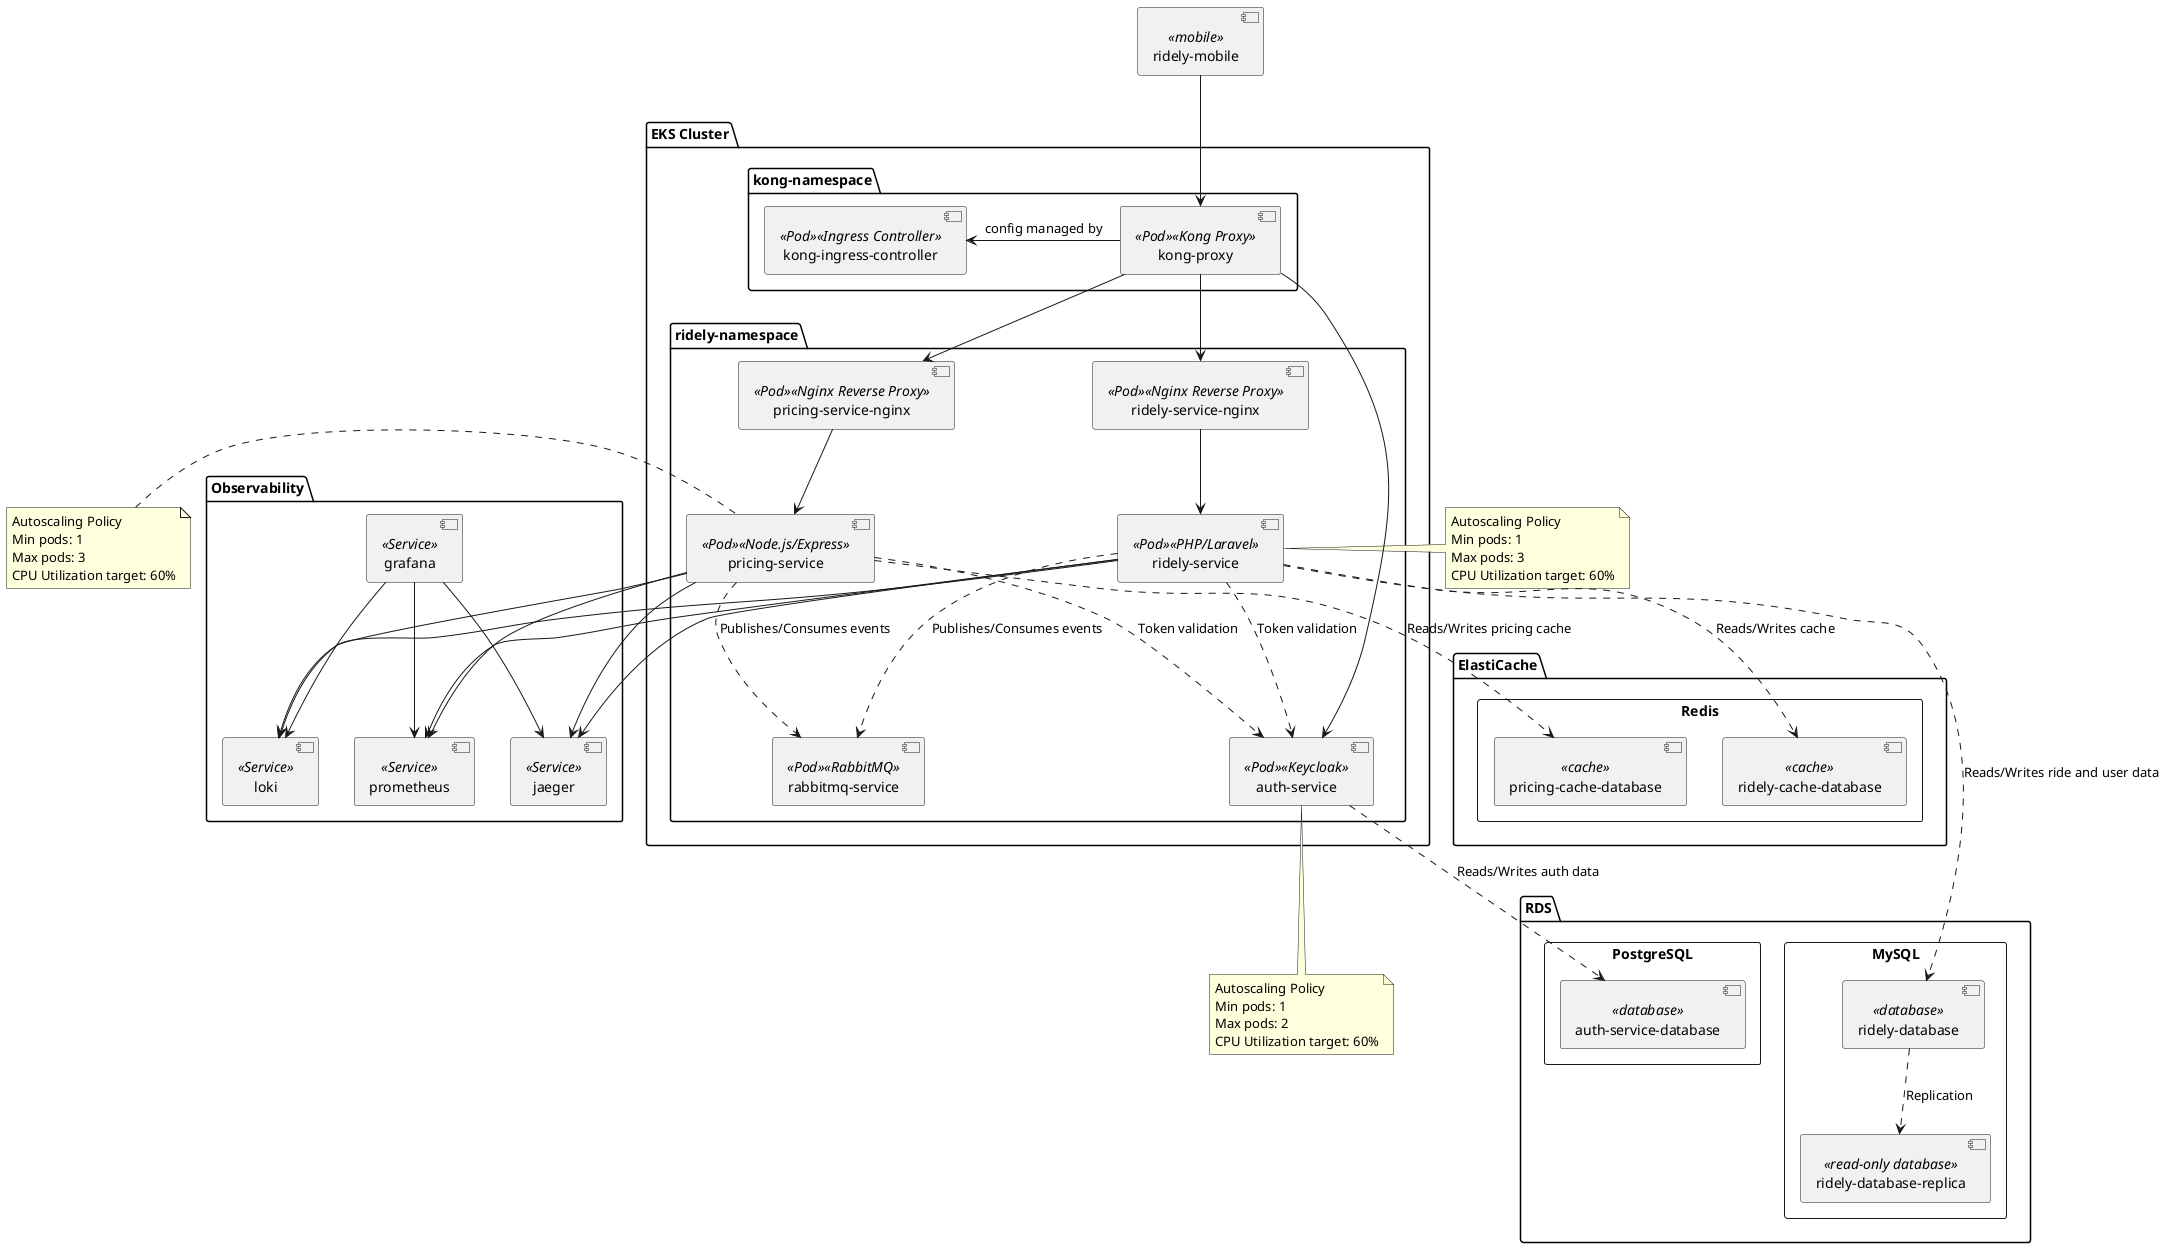
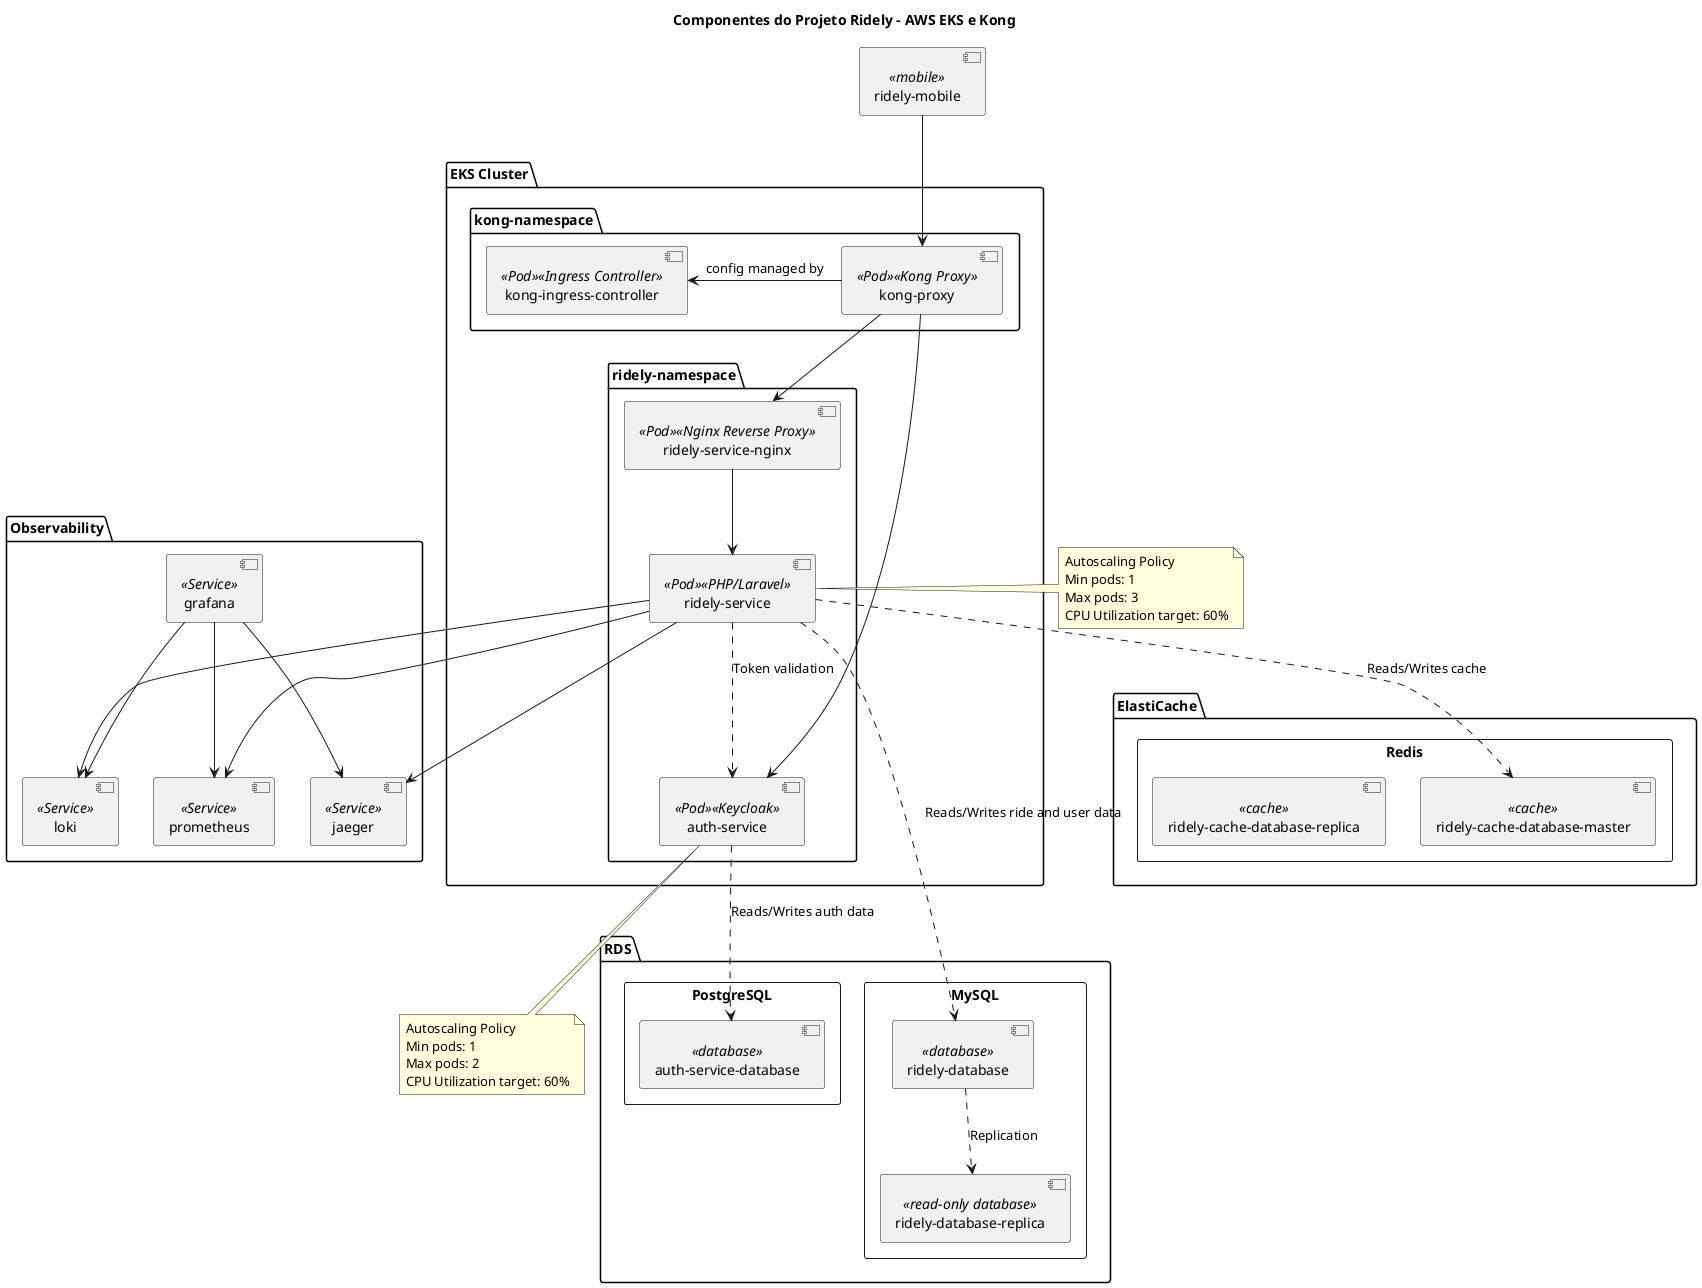
@startuml
- ' Solução baseada em EKS e AWS com Kong e observabilidade
+ ' Solução baseada em AWS EKS e Kong e observabilidade
+ title Componentes do Projeto Ridely - AWS EKS e Kong

[ridely-mobile] <<mobile>>

package "EKS Cluster" {
    package "kong-namespace" {
        [kong-proxy] <<Pod>> <<Kong Proxy>>
        [kong-ingress-controller] <<Pod>> <<Ingress Controller>>
    }
    package "ridely-namespace" {
        [ridely-service-nginx] <<Pod>> <<Nginx Reverse Proxy>>
-         [pricing-service-nginx] <<Pod>> <<Nginx Reverse Proxy>>
+ '        [pricing-service-nginx] <<Pod>> <<Nginx Reverse Proxy>>

        [auth-service] <<Pod>> <<Keycloak>>
        [ridely-service] <<Pod>> <<PHP/Laravel>>
-         [pricing-service] <<Pod>> <<Node.js/Express>>
-         [rabbitmq-service] <<Pod>> <<RabbitMQ>>
+ '        [pricing-service] <<Pod>> <<Node.js/Express>>
+ '        [rabbitmq-service] <<Pod>> <<RabbitMQ>>
    }
}

- note left of "pricing-service"
-     Autoscaling Policy
-     Min pods: 1
-     Max pods: 3
-     CPU Utilization target: 60%
- end note
+ 'note left of "pricing-service"
+ '    Autoscaling Policy
+ '    Min pods: 1
+ '    Max pods: 3
+ '    CPU Utilization target: 60%
+ 'end note

note bottom of "auth-service"
    Autoscaling Policy
    Min pods: 1
    Max pods: 2
    CPU Utilization target: 60%
end note

note right of "ridely-service"
    Autoscaling Policy
    Min pods: 1
    Max pods: 3
    CPU Utilization target: 60%
end note

package RDS {
    rectangle "MySQL" {
        [ridely-database] <<database>>
        [ridely-database-replica] <<read-only database>>
    }
    rectangle "PostgreSQL" {
        [auth-service-database] <<database>>
    }
}

package ElastiCache {
    rectangle "Redis" {
-         [ridely-cache-database] <<cache>>
-         [pricing-cache-database] <<cache>>
+         [ridely-cache-database-master] <<cache>>
+         [ridely-cache-database-replica] <<cache>>
    }
}

package Observability {
    [prometheus] <<Service>>
    [grafana] <<Service>>
    [jaeger] <<Service>>
    [loki] <<Service>>
}

' Conexões
[ridely-mobile] --> [kong-proxy]
[kong-proxy] -left-> [kong-ingress-controller] : config managed by

' Kong ingress routing to backend services
[kong-proxy] --> [ridely-service-nginx]
- [kong-proxy] --> [pricing-service-nginx]
+ '[kong-proxy] --> [pricing-service-nginx]
[kong-proxy] --> [auth-service]

' Nginx proxies forwarding to services
[ridely-service-nginx] --> [ridely-service]
- [pricing-service-nginx] --> [pricing-service]
+ '[pricing-service-nginx] --> [pricing-service]

' Services access databases and cache
[auth-service] ..> [auth-service-database] : Reads/Writes auth data
[ridely-service] ..> [ridely-database] : Reads/Writes ride and user data
[ridely-service] ..> [auth-service] : Token validation
- [ridely-service] ..> [ridely-cache-database] : Reads/Writes cache
+ [ridely-service] ..> [ridely-cache-database-master] : Reads/Writes cache
[ridely-database] ..> [ridely-database-replica] : Replication

- [pricing-service] ..> [auth-service] : Token validation
- [pricing-service] ..> [pricing-cache-database] : Reads/Writes pricing cache
+ '[pricing-service] ..> [auth-service] : Token validation
+ '[pricing-service] ..> [ridely-cache-database-master] : Reads/Writes pricing cache

' Messaging with RabbitMQ
- [pricing-service] ..> [rabbitmq-service] : Publishes/Consumes events
- [ridely-service] ..> [rabbitmq-service] : Publishes/Consumes events
+ '[pricing-service] ..> [rabbitmq-service] : Publishes/Consumes events
+ '[ridely-service] ..> [rabbitmq-service] : Publishes/Consumes events

' Observability integrations
[ridely-service] --> [prometheus]
[ridely-service] --> [loki]
[ridely-service] --> [jaeger]

- [pricing-service] --> [prometheus]
- [pricing-service] --> [loki]
- [pricing-service] --> [jaeger]
+ '[pricing-service] --> [prometheus]
+ '[pricing-service] --> [loki]
+ '[pricing-service] --> [jaeger]

[grafana] --> [prometheus]
[grafana] --> [loki]
[grafana] --> [jaeger]

@enduml
